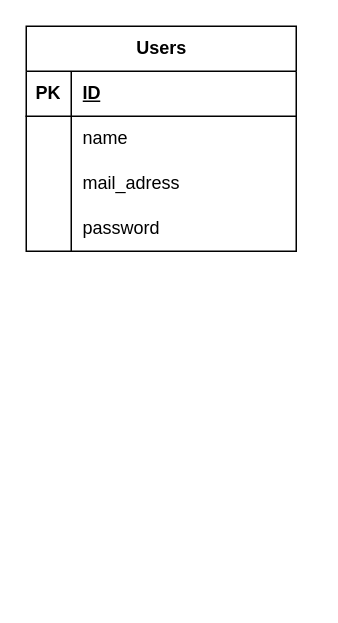
Before: syukan_maiter.drawio in 2bs2bs/syukan_meter, a draw.io diagram. Source tidied: cells renumbered, new cells numbered last; positions are measured from the earlier drawing's top-left corner, leaving out a move shared by most shapes. Both pictures are drawn from the tidied source at 150%, with x=0, y=0 at pixel (26, 26).
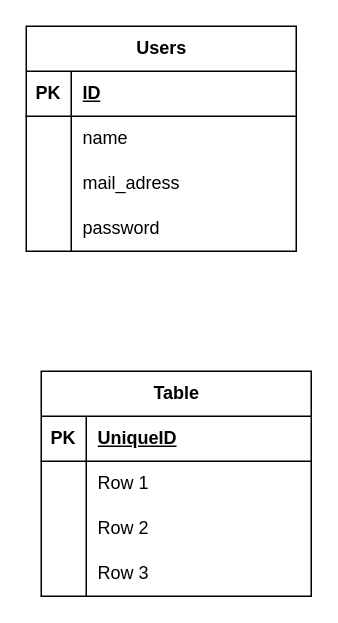
After the change.

Commit message:
syukan_maiter.drawio を更新します

What changed in the source:
```diff
@@
+    <mxCell id="15" value="Table" style="shape=table;startSize=30;childLayout=tableLayout;rowLines=0;fontStyle=1;align=center;html=1;" parent="1" vertex="1">
+      <mxGeometry x="10" y="230" width="180" height="150" as="geometry" />
+    </mxCell>
+    <mxCell id="16" style="shape=tableRow;horizontal=0;startSize=0;swimlaneHead=0;swimlaneBody=0;fillColor=none;top=0;left=0;right=0;bottom=1;" parent="15" vertex="1">
+      <mxGeometry y="30" width="180" height="30" as="geometry" />
+    </mxCell>
+    <mxCell id="17" value="PK" style="shape=partialRectangle;fillColor=none;top=0;left=0;bottom=0;right=0;fontStyle=1;overflow=hidden;whiteSpace=wrap;html=1;" parent="16" vertex="1">
+      <mxGeometry width="30" height="30" as="geometry" />
+    </mxCell>
+    <mxCell id="18" value="UniqueID" style="shape=partialRectangle;fillColor=none;top=0;left=0;bottom=0;right=0;align=left;spacingLeft=6;fontStyle=5;overflow=hidden;whiteSpace=wrap;html=1;" parent="16" vertex="1">
+      <mxGeometry x="30" width="150" height="30" as="geometry" />
+    </mxCell>
+    <mxCell id="19" style="shape=tableRow;horizontal=0;startSize=0;swimlaneHead=0;swimlaneBody=0;fillColor=none;top=0;left=0;right=0;bottom=0;" parent="15" vertex="1">
+      <mxGeometry y="60" width="180" height="30" as="geometry" />
+    </mxCell>
+    <mxCell id="20" style="shape=partialRectangle;fillColor=none;top=0;left=0;bottom=0;right=0;overflow=hidden;whiteSpace=wrap;html=1;" parent="19" vertex="1">
+      <mxGeometry width="30" height="30" as="geometry" />
+    </mxCell>
+    <mxCell id="21" value="Row 1" style="shape=partialRectangle;fillColor=none;top=0;left=0;bottom=0;right=0;align=left;spacingLeft=6;overflow=hidden;whiteSpace=wrap;html=1;" parent="19" vertex="1">
+      <mxGeometry x="30" width="150" height="30" as="geometry" />
+    </mxCell>
+    <mxCell id="22" style="shape=tableRow;horizontal=0;startSize=0;swimlaneHead=0;swimlaneBody=0;fillColor=none;top=0;left=0;right=0;bottom=0;" parent="15" vertex="1">
+      <mxGeometry y="90" width="180" height="30" as="geometry" />
+    </mxCell>
+    <mxCell id="23" style="shape=partialRectangle;fillColor=none;top=0;left=0;bottom=0;right=0;overflow=hidden;whiteSpace=wrap;html=1;" parent="22" vertex="1">
+      <mxGeometry width="30" height="30" as="geometry" />
+    </mxCell>
+    <mxCell id="24" value="Row 2" style="shape=partialRectangle;fillColor=none;top=0;left=0;bottom=0;right=0;align=left;spacingLeft=6;overflow=hidden;whiteSpace=wrap;html=1;" parent="22" vertex="1">
+      <mxGeometry x="30" width="150" height="30" as="geometry" />
+    </mxCell>
+    <mxCell id="25" style="shape=tableRow;horizontal=0;startSize=0;swimlaneHead=0;swimlaneBody=0;fillColor=none;top=0;left=0;right=0;bottom=0;" parent="15" vertex="1">
+      <mxGeometry y="120" width="180" height="30" as="geometry" />
+    </mxCell>
+    <mxCell id="26" style="shape=partialRectangle;fillColor=none;top=0;left=0;bottom=0;right=0;overflow=hidden;whiteSpace=wrap;html=1;" parent="25" vertex="1">
+      <mxGeometry width="30" height="30" as="geometry" />
+    </mxCell>
+    <mxCell id="27" value="Row 3" style="shape=partialRectangle;fillColor=none;top=0;left=0;bottom=0;right=0;align=left;spacingLeft=6;overflow=hidden;whiteSpace=wrap;html=1;" parent="25" vertex="1">
+      <mxGeometry x="30" width="150" height="30" as="geometry" />
+    </mxCell>
```
